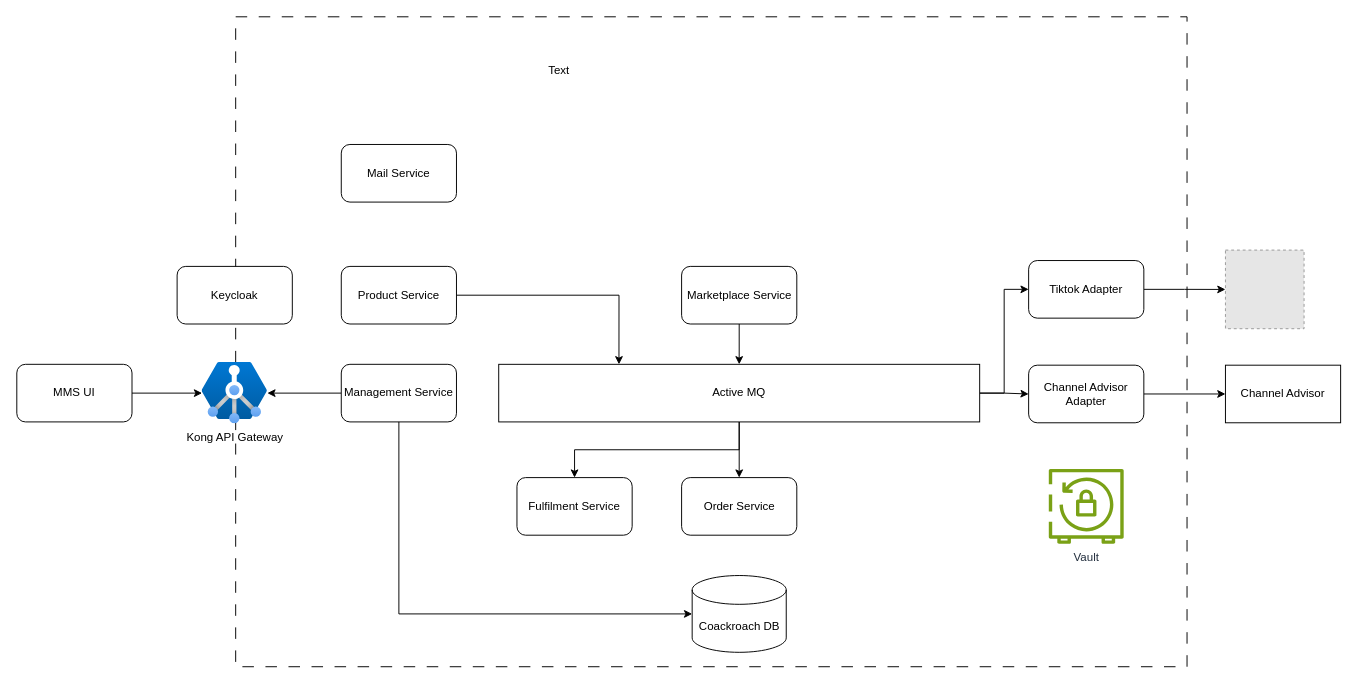
The draw.io diagram page "Page-16" (16 of 16) of hibernate.drawio in minhtran-q/hibernate-knowledge, before the edit. Source tidied: cells renumbered, new cells numbered last; positions are measured from the earlier drawing's top-left corner, leaving out a move shared by most shapes. Both pictures are drawn from the tidied source at 96%, with x=0, y=0 at pixel (16, 16). Pictures stored in the file or linked from it are replaced by grey dashed boxes.
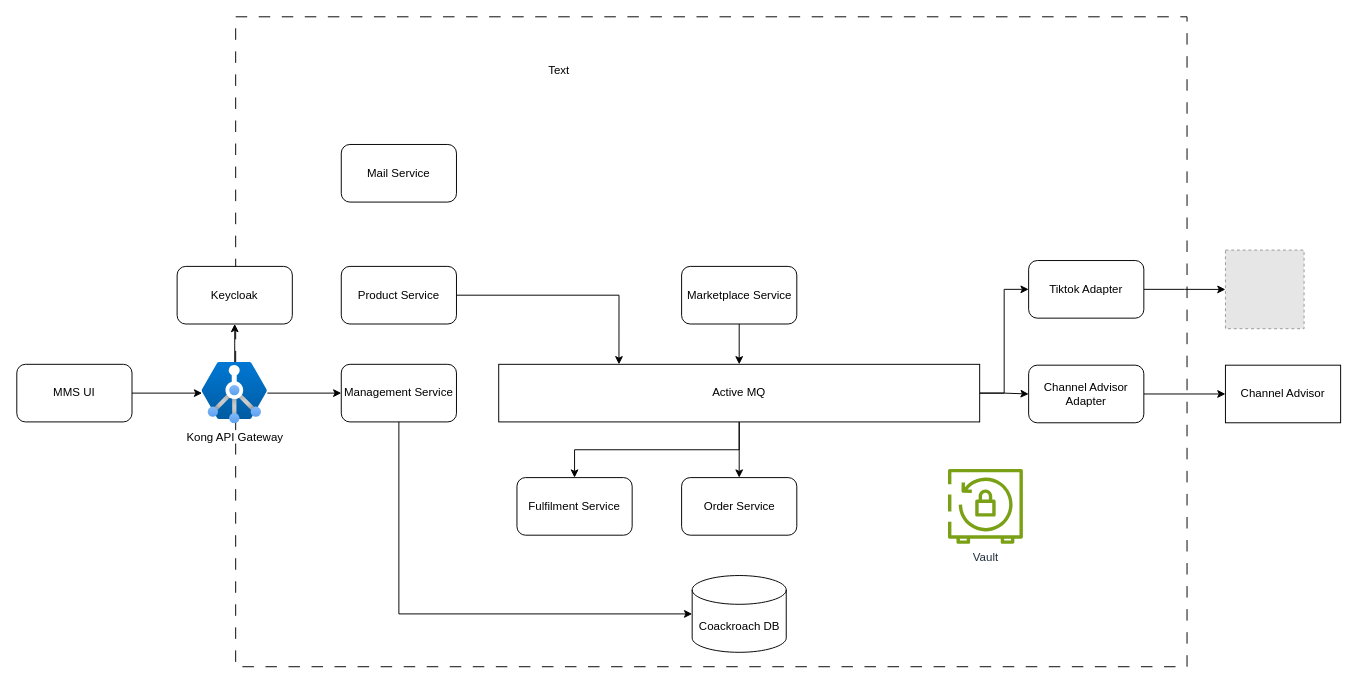
The same page after the edit.

The change refers to these unchanged cells:
```xml
<mxCell id="9" value="Kong API Gateway" style="image;html=1;points=[];align=center;fontSize=12;image=img/lib/azure2/networking/Application_Gateway_Containers.svg;" parent="1" vertex="1">
  <mxGeometry x="193" y="359.9" width="68" height="64.2" as="geometry" />
</mxCell>
<mxCell id="12" value="Keycloak" style="rounded=1;whiteSpace=wrap;html=1;" parent="1" vertex="1">
  <mxGeometry x="167" y="260" width="120" height="60" as="geometry" />
</mxCell>
<mxCell id="15" value="Management Service" style="rounded=1;whiteSpace=wrap;html=1;" parent="1" vertex="1">
  <mxGeometry x="338" y="362" width="120" height="60" as="geometry" />
</mxCell>
```

What changed in the source:
```diff
@@
+    <mxCell id="31" style="edgeStyle=orthogonalEdgeStyle;rounded=0;jettySize=auto;html=1;" parent="1" edge="1" source="9" target="15">
+      <mxGeometry relative="1" as="geometry" />
+    </mxCell>
+    <mxCell id="32" style="edgeStyle=orthogonalEdgeStyle;rounded=0;jettySize=auto;html=1;" parent="1" edge="1" source="9" target="12">
+      <mxGeometry relative="1" as="geometry" />
+    </mxCell>
@@
-    <mxCell id="14" style="edgeStyle=orthogonalEdgeStyle;rounded=0;jettySize=auto;html=1;" parent="1" edge="1" source="15" target="9">
-      <mxGeometry relative="1" as="geometry" />
-    </mxCell>
@@
     <mxCell id="20" value="Vault" style="sketch=0;fontColor=#232F3E;gradientColor=none;fillColor=#7AA116;strokeColor=none;dashed=0;verticalLabelPosition=bottom;verticalAlign=top;align=center;html=1;fontSize=12;fontStyle=0;shape=mxgraph.aws4.aws_backup_vault_lock;" parent="1" vertex="1">
-      <mxGeometry x="1075" y="471" width="78" height="78" as="geometry" />
+      <mxGeometry x="970" y="471" width="78" height="78" as="geometry" />
     </mxCell>
```
